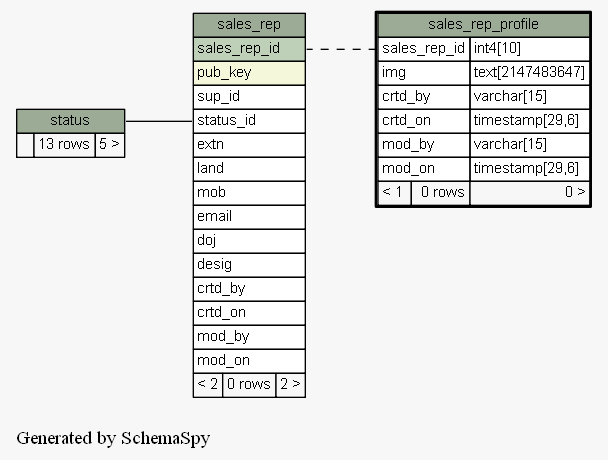
Before: docs/database/schemaspy/graphs/sales_rep_profile.implied2degrees.png, a diagram exported from Graphviz (engineerscraft/salesforce). Its source is kept beside it as docs/database/schemaspy/graphs/sales_rep_profile.implied2degrees.dot.
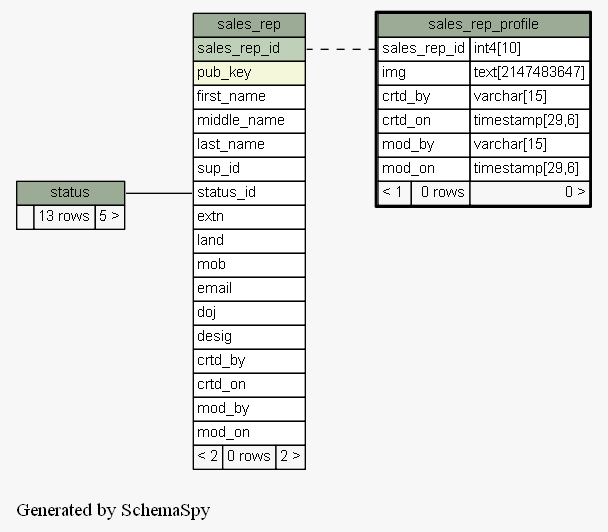
Above is the later version.

The edit, as a diff of the source:
```diff
@@ -21,6 +21,9 @@
       <TR><TD PORT="sales_rep.heading" COLSPAN="3" BGCOLOR="#9bab96" ALIGN="CENTER">sales_rep</TD></TR>
       <TR><TD PORT="sales_rep_id" COLSPAN="3" BGCOLOR="#bed1b8" ALIGN="LEFT">sales_rep_id</TD></TR>
       <TR><TD PORT="pub_key" COLSPAN="3" BGCOLOR="#f4f7da" ALIGN="LEFT">pub_key</TD></TR>
+      <TR><TD PORT="first_name" COLSPAN="3" ALIGN="LEFT">first_name</TD></TR>
+      <TR><TD PORT="middle_name" COLSPAN="3" ALIGN="LEFT">middle_name</TD></TR>
+      <TR><TD PORT="last_name" COLSPAN="3" ALIGN="LEFT">last_name</TD></TR>
       <TR><TD PORT="sup_id" COLSPAN="3" ALIGN="LEFT">sup_id</TD></TR>
       <TR><TD PORT="status_id" COLSPAN="3" ALIGN="LEFT">status_id</TD></TR>
       <TR><TD PORT="extn" COLSPAN="3" ALIGN="LEFT">extn</TD></TR>
```
